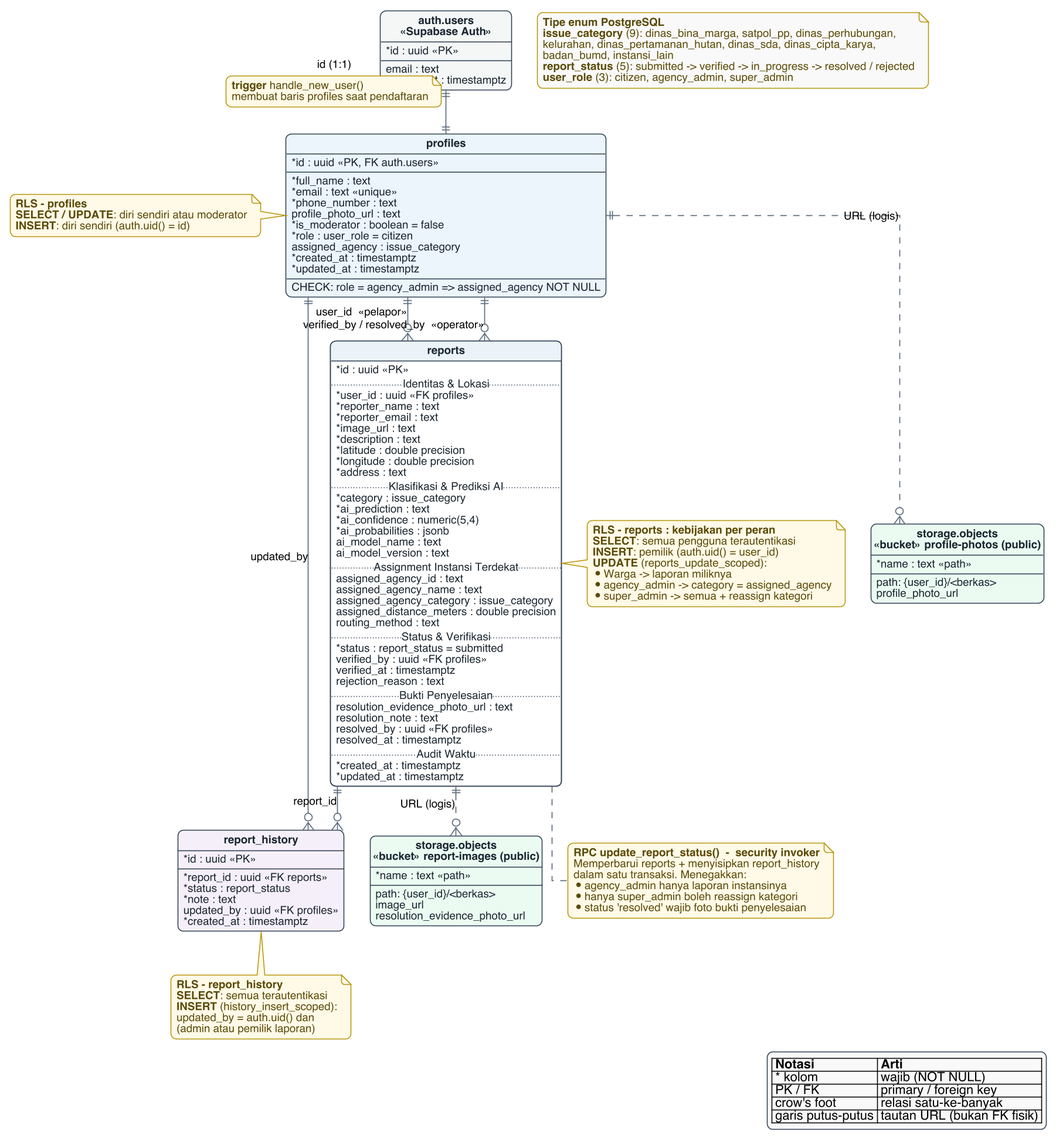
4arkeinlvy/Thesis- keeps this PlantUML diagram as Docs/images/bab_3/erd_report_prediction_assignment.png. Above is the earlier version.
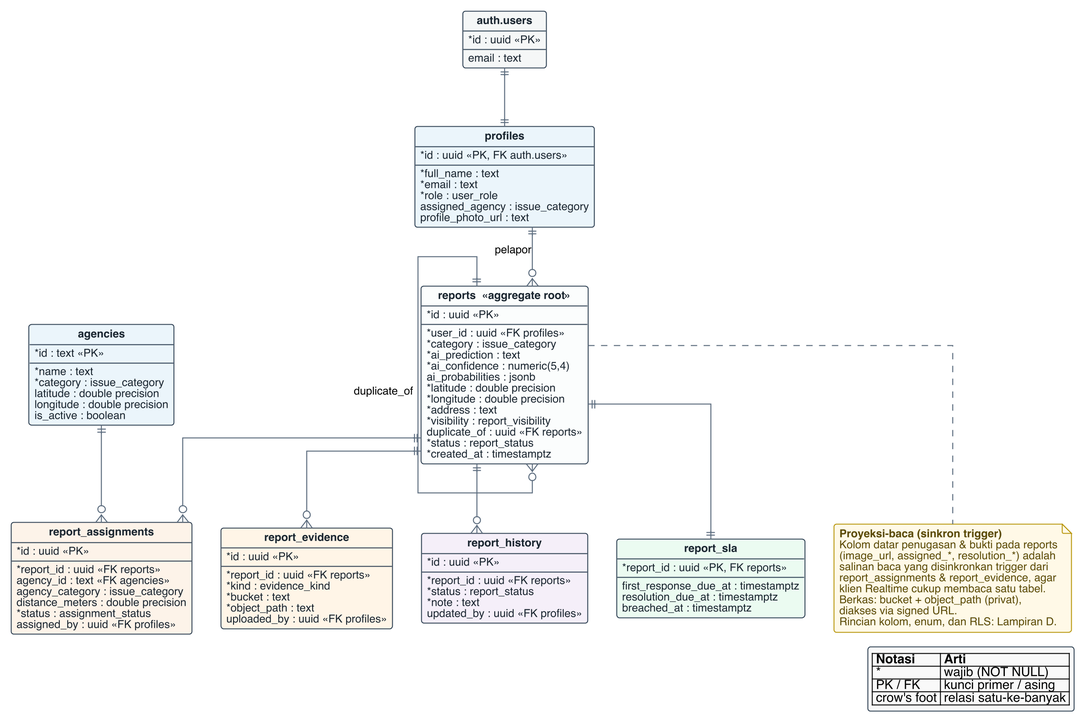
The same file after the commit.

Diff of the diagram source:
```diff
@@ -3,9 +3,12 @@
 
 
 hide circle
-skinparam dpi 150
-skinparam nodesep 28
-skinparam ranksep 48
+skinparam dpi 200
+skinparam linetype ortho
+skinparam nodesep 32
+skinparam ranksep 64
+skinparam roundCorner 6
+skinparam shadowing false
 skinparam note {
   BackgroundColor #FEF9E7
   BorderColor #B7950B
@@ -15,66 +18,68 @@
 skinparam legendBorderColor #2E4053
 
 
-entity "auth.users\n<<Supabase Auth>>" as Users #F4F6F7 {
+entity "auth.users" as Users #F4F6F7 {
   * id : uuid <<PK>>
   --
   email : text
-  created_at : timestamptz
 }
 
 entity "profiles" as Profiles #EBF5FB {
   * id : uuid <<PK, FK auth.users>>
   --
   * full_name : text
-  * email : text <<unique>>
-  * phone_number : text
+  * email : text
+  * role : user_role
+  assigned_agency : issue_category
   profile_photo_url : text
-  * is_moderator : boolean = false
-  * role : user_role = citizen
-  assigned_agency : issue_category
-  * created_at : timestamptz
-  * updated_at : timestamptz
-  --
-  CHECK: role = agency_admin => assigned_agency NOT NULL
 }
 
-entity "reports" as Reports {
+entity "reports  «aggregate root»" as Reports #FBFCFD {
   * id : uuid <<PK>>
-  .. Identitas & Lokasi ..
+  --
   * user_id : uuid <<FK profiles>>
-  * reporter_name : text
-  * reporter_email : text
-  * image_url : text
-  * description : text
+  * category : issue_category
+  * ai_prediction : text
+  * ai_confidence : numeric(5,4)
+  ai_probabilities : jsonb
   * latitude : double precision
   * longitude : double precision
   * address : text
-  .. Klasifikasi & Prediksi AI ..
+  * visibility : report_visibility
+  duplicate_of : uuid <<FK reports>>
+  * status : report_status
+  * created_at : timestamptz
+}
+
+entity "report_evidence" as Evidence #FEF5E7 {
+  * id : uuid <<PK>>
+  --
+  * report_id : uuid <<FK reports>>
+  * kind : evidence_kind
+  * bucket : text
+  * object_path : text
+  uploaded_by : uuid <<FK profiles>>
+}
+
+entity "report_assignments" as Assignments #FDF2E9 {
+  * id : uuid <<PK>>
+  --
+  * report_id : uuid <<FK reports>>
+  agency_id : text <<FK agencies>>
+  agency_category : issue_category
+  distance_meters : double precision
+  * status : assignment_status
+  assigned_by : uuid <<FK profiles>>
+}
+
+entity "agencies" as Agencies #EBF5FB {
+  * id : text <<PK>>
+  --
+  * name : text
   * category : issue_category
-  * ai_prediction : text
-  * ai_confidence : numeric(5,4)
-  * ai_probabilities : jsonb
-  ai_model_name : text
-  ai_model_version : text
-  .. Assignment Instansi Terdekat ..
-  assigned_agency_id : text
-  assigned_agency_name : text
-  assigned_agency_category : issue_category
-  assigned_distance_meters : double precision
-  routing_method : text
-  .. Status & Verifikasi ..
-  * status : report_status = submitted
-  verified_by : uuid <<FK profiles>>
-  verified_at : timestamptz
-  rejection_reason : text
-  .. Bukti Penyelesaian ..
-  resolution_evidence_photo_url : text
-  resolution_note : text
-  resolved_by : uuid <<FK profiles>>
-  resolved_at : timestamptz
-  .. Audit Waktu ..
-  * created_at : timestamptz
-  * updated_at : timestamptz
+  latitude : double precision
+  longitude : double precision
+  is_active : boolean
 }
 
 entity "report_history" as History #F5EEF8 {
@@ -84,88 +89,44 @@
   * status : report_status
   * note : text
   updated_by : uuid <<FK profiles>>
-  * created_at : timestamptz
 }
 
-entity "storage.objects\n<<bucket>> report-images (public)" as ReportImages #EAFAF1 {
-  * name : text <<path>>
+entity "report_sla" as Sla #EAFAF1 {
+  * report_id : uuid <<PK, FK reports>>
   --
-  path: {user_id}/<berkas>
-  image_url
-  resolution_evidence_photo_url
-}
-
-entity "storage.objects\n<<bucket>> profile-photos (public)" as ProfilePhotos #EAFAF1 {
-  * name : text <<path>>
-  --
-  path: {user_id}/<berkas>
-  profile_photo_url
+  first_response_due_at : timestamptz
+  resolution_due_at : timestamptz
+  breached_at : timestamptz
 }
 
 
-Users ||--|| Profiles : "id (1:1)"
-note on link
-**trigger** handle_new_user()
-membuat baris profiles saat pendaftaran
-end note
-
-Profiles ||--o{ Reports : "user_id  «pelapor»"
-Profiles ||--o{ Reports : "verified_by / resolved_by  «operator»"
-Profiles ||--o{ History  : "updated_by"
-Reports  ||--o{ History  : "report_id"
-Reports  ||..o{ ReportImages  : "URL (logis)"
-Profiles ||..o{ ProfilePhotos : "URL (logis)"
+Users    ||--||  Profiles
+Profiles ||--o{  Reports     : "pelapor"
+Reports  ||--o{  Evidence
+Reports  ||--o{  Assignments
+Reports  ||--||  Sla
+Reports  ||--o{  History
+Reports  ||--o{  Reports     : "duplicate_of"
+Agencies ||--o{  Assignments
 
 
-note left of Profiles
-**RLS - profiles**
-**SELECT / UPDATE**: diri sendiri atau moderator
-**INSERT**: diri sendiri (auth.uid() = id)
-end note
-
-note right of Reports
-**RLS - reports : kebijakan per peran**
-**SELECT**: semua pengguna terautentikasi
-**INSERT**: pemilik (auth.uid() = user_id)
-**UPDATE** (reports_update_scoped):
-* Warga -> laporan miliknya
-* agency_admin -> category = assigned_agency
-* super_admin -> semua + reassign kategori
-end note
-
-note bottom of History
-**RLS - report_history**
-**SELECT**: semua terautentikasi
-**INSERT** (history_insert_scoped):
-updated_by = auth.uid() dan
-(admin atau pemilik laporan)
-end note
-
 note bottom of Reports
-**RPC update_report_status()  -  security invoker**
-Memperbarui reports + menyisipkan report_history
-dalam satu transaksi. Menegakkan:
-* agency_admin hanya laporan instansinya
-* hanya super_admin boleh reassign kategori
-* status 'resolved' wajib foto bukti penyelesaian
-end note
-
-
-note as N_enum #F8F9F9
-**Tipe enum PostgreSQL**
-**issue_category** (9): dinas_bina_marga, satpol_pp, dinas_perhubungan,
-kelurahan, dinas_pertamanan_hutan, dinas_sda, dinas_cipta_karya,
-badan_bumd, instansi_lain
-**report_status** (5): submitted -> verified -> in_progress -> resolved / rejected
-**user_role** (3): citizen, agency_admin, super_admin
+**Proyeksi-baca (sinkron trigger)**
+Kolom datar penugasan & bukti pada reports
+(image_url, assigned_*, resolution_*) adalah
+salinan baca yang disinkronkan trigger dari
+report_assignments & report_evidence, agar
+klien Realtime cukup membaca satu tabel.
+Berkas: bucket + object_path (privat),
+diakses via signed URL.
+Rincian kolom, enum, dan RLS: Lampiran D.
 end note
 
 legend right
 |= Notasi |= Arti |
-| * kolom | wajib (NOT NULL) |
-| PK / FK | primary / foreign key |
+| * | wajib (NOT NULL) |
+| PK / FK | kunci primer / asing |
 | crow's foot | relasi satu-ke-banyak |
-| garis putus-putus | tautan URL (bukan FK fisik) |
 endlegend
 
 @enduml
```
